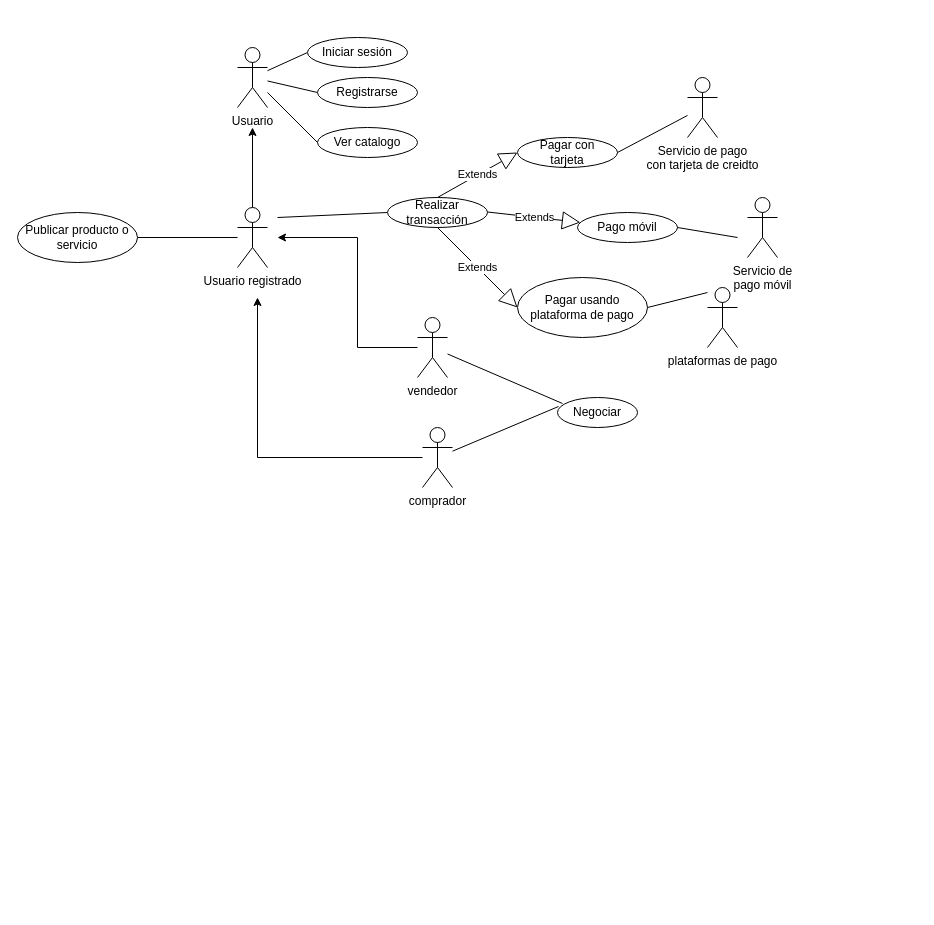
This is Untitled Diagram.drawio from AyobAsroutVargas/lab1, a draw.io file, before an edit. Source tidied: cells renumbered, new cells numbered last; positions are measured from the earlier drawing's top-left corner, leaving out a move shared by most shapes. Both pictures are drawn from the tidied source at 100%, with x=0, y=0 at pixel (17, 37).
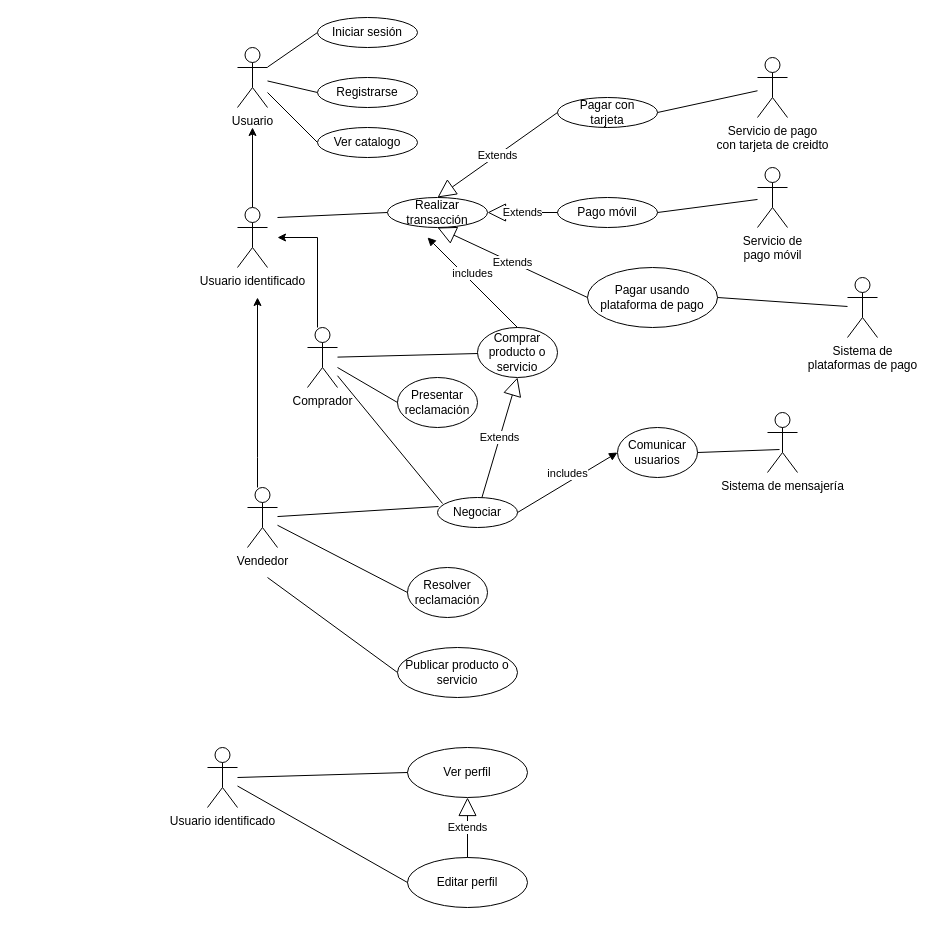
The same page after the edit.

The change refers to these unchanged cells:
```xml
<mxCell id="17" value="Realizar transacción" style="ellipse;whiteSpace=wrap;html=1;" parent="1" vertex="1">
  <mxGeometry x="370" y="160" width="100" height="30" as="geometry" />
</mxCell>
```

Change to the diagram source:
```diff
@@
     <mxCell id="4" value="Iniciar sesión" style="ellipse;whiteSpace=wrap;html=1;" parent="1" vertex="1">
-      <mxGeometry x="290" width="100" height="30" as="geometry" />
+      <mxGeometry x="300" y="-20" width="100" height="30" as="geometry" />
     </mxCell>
@@
-    <mxCell id="8" value="Usuario registrado" style="shape=umlActor;verticalLabelPosition=bottom;verticalAlign=top;html=1;" parent="1" vertex="1">
+    <mxCell id="8" value="Usuario identificado" style="shape=umlActor;verticalLabelPosition=bottom;verticalAlign=top;html=1;" parent="1" vertex="1">
       <mxGeometry x="220" y="170" width="30" height="60" as="geometry" />
     </mxCell>
@@
-    <mxCell id="12" value="comprador" style="shape=umlActor;verticalLabelPosition=bottom;verticalAlign=top;html=1;" parent="1" vertex="1">
-      <mxGeometry x="405" y="390" width="30" height="60" as="geometry" />
+    <mxCell id="12" value="Vendedor" style="shape=umlActor;verticalLabelPosition=bottom;verticalAlign=top;html=1;" parent="1" vertex="1">
+      <mxGeometry x="230" y="450" width="30" height="60" as="geometry" />
     </mxCell>
     <mxCell id="13" style="edgeStyle=orthogonalEdgeStyle;rounded=0;jettySize=auto;html=1;" parent="1" edge="1" source="14">
       <mxGeometry relative="1" as="geometry">
         <mxPoint x="260" y="200" as="targetPoint" />
         <Array as="points">
-          <mxPoint x="340" y="200" />
+          <mxPoint x="300" y="320" />
+          <mxPoint x="300" y="200" />
         </Array>
       </mxGeometry>
     </mxCell>
-    <mxCell id="14" value="vendedor" style="shape=umlActor;verticalLabelPosition=bottom;verticalAlign=top;html=1;" parent="1" vertex="1">
-      <mxGeometry x="400" y="280" width="30" height="60" as="geometry" />
+    <mxCell id="14" value="Comprador" style="shape=umlActor;verticalLabelPosition=bottom;verticalAlign=top;html=1;" parent="1" vertex="1">
+      <mxGeometry x="290" y="290" width="30" height="60" as="geometry" />
     </mxCell>
     <mxCell id="15" value="Negociar" style="ellipse;whiteSpace=wrap;html=1;" parent="1" vertex="1">
-      <mxGeometry x="540" y="360" width="80" height="30" as="geometry" />
+      <mxGeometry x="420" y="460" width="80" height="30" as="geometry" />
     </mxCell>
@@
     <mxCell id="18" value="Pagar con&lt;br&gt;tarjeta" style="ellipse;whiteSpace=wrap;html=1;" parent="1" vertex="1">
-      <mxGeometry x="500" y="100" width="100" height="30" as="geometry" />
+      <mxGeometry x="540" y="60" width="100" height="30" as="geometry" />
     </mxCell>
     <mxCell id="19" value="Pago móvil" style="ellipse;whiteSpace=wrap;html=1;" parent="1" vertex="1">
-      <mxGeometry x="560" y="175" width="100" height="30" as="geometry" />
+      <mxGeometry x="540" y="160" width="100" height="30" as="geometry" />
     </mxCell>
     <mxCell id="20" value="Pagar usando plataforma de pago" style="ellipse;whiteSpace=wrap;html=1;" parent="1" vertex="1">
-      <mxGeometry x="500" y="240" width="130" height="60" as="geometry" />
+      <mxGeometry x="570" y="230" width="130" height="60" as="geometry" />
     </mxCell>
-    <mxCell id="21" style="endArrow=none;html=1;exitX=1;exitY=0.5;exitDx=0;exitDy=0;" parent="1" edge="1" source="20">
-      <mxGeometry relative="1" as="geometry">
-        <mxPoint x="690" y="255" as="targetPoint" />
-      </mxGeometry>
+    <mxCell id="21" style="endArrow=none;html=1;exitX=1;exitY=0.5;exitDx=0;exitDy=0;" parent="1" edge="1" source="20" target="24">
+      <mxGeometry relative="1" as="geometry" />
     </mxCell>
-    <mxCell id="22" style="endArrow=none;html=1;exitX=1;exitY=0.5;exitDx=0;exitDy=0;" parent="1" edge="1" source="19">
-      <mxGeometry relative="1" as="geometry">
-        <mxPoint x="720" y="200" as="targetPoint" />
-      </mxGeometry>
+    <mxCell id="22" style="endArrow=none;html=1;exitX=1;exitY=0.5;exitDx=0;exitDy=0;" parent="1" edge="1" source="19" target="25">
+      <mxGeometry relative="1" as="geometry" />
     </mxCell>
@@
-    <mxCell id="24" value="plataformas de pago" style="shape=umlActor;verticalLabelPosition=bottom;verticalAlign=top;html=1;" parent="1" vertex="1">
-      <mxGeometry x="690" y="250" width="30" height="60" as="geometry" />
+    <mxCell id="24" value="Sistema de &lt;br&gt;plataformas de pago" style="shape=umlActor;verticalLabelPosition=bottom;verticalAlign=top;html=1;" parent="1" vertex="1">
+      <mxGeometry x="830" y="240" width="30" height="60" as="geometry" />
     </mxCell>
     <mxCell id="25" value="Servicio de&lt;br&gt;pago móvil" style="shape=umlActor;verticalLabelPosition=bottom;verticalAlign=top;html=1;" parent="1" vertex="1">
-      <mxGeometry x="730" y="160" width="30" height="60" as="geometry" />
+      <mxGeometry x="740" y="130" width="30" height="60" as="geometry" />
     </mxCell>
     <mxCell id="26" value="Servicio de pago&lt;br&gt;con tarjeta de creidto" style="shape=umlActor;verticalLabelPosition=bottom;verticalAlign=top;html=1;" parent="1" vertex="1">
-      <mxGeometry x="670" y="40" width="30" height="60" as="geometry" />
+      <mxGeometry x="740" y="20" width="30" height="60" as="geometry" />
     </mxCell>
-    <mxCell id="27" value="Extends" style="endArrow=block;endSize=16;endFill=0;html=1;exitX=0.5;exitY=0;exitDx=0;exitDy=0;entryX=0;entryY=0.5;entryDx=0;entryDy=0;" parent="1" edge="1" source="17" target="18">
+    <mxCell id="27" value="Extends" style="endArrow=block;endSize=16;endFill=0;html=1;exitX=0;exitY=0.5;exitDx=0;exitDy=0;entryX=0.5;entryY=0;entryDx=0;entryDy=0;" parent="1" edge="1" source="18" target="17">
       <mxGeometry relative="1" as="geometry" />
     </mxCell>
-    <mxCell id="28" value="Extends" style="endArrow=block;endSize=16;endFill=0;html=1;" parent="1" edge="1" target="19">
-      <mxGeometry relative="1" as="geometry">
-        <mxPoint x="470" y="174.5" as="sourcePoint" />
-      </mxGeometry>
+    <mxCell id="28" value="Extends" style="endArrow=block;endSize=16;endFill=0;html=1;entryX=1;entryY=0.5;entryDx=0;entryDy=0;exitX=0;exitY=0.5;exitDx=0;exitDy=0;" parent="1" edge="1" source="19" target="17">
+      <mxGeometry relative="1" as="geometry" />
     </mxCell>
-    <mxCell id="29" value="Extends" style="endArrow=block;endSize=16;endFill=0;html=1;exitX=0.5;exitY=1;exitDx=0;exitDy=0;entryX=0;entryY=0.5;entryDx=0;entryDy=0;" parent="1" edge="1" source="17" target="20">
+    <mxCell id="29" value="Extends" style="endArrow=block;endSize=16;endFill=0;html=1;entryX=0.5;entryY=1;entryDx=0;entryDy=0;exitX=0;exitY=0.5;exitDx=0;exitDy=0;" parent="1" edge="1" source="20" target="17">
       <mxGeometry relative="1" as="geometry" />
     </mxCell>
@@
-    <mxCell id="32" style="endArrow=none;html=1;exitX=1;exitY=0.5;exitDx=0;exitDy=0;" parent="1" edge="1" source="33" target="8">
-      <mxGeometry relative="1" as="geometry" />
+    <mxCell id="32" style="endArrow=none;html=1;exitX=0;exitY=0.5;exitDx=0;exitDy=0;" parent="1" edge="1" source="33">
+      <mxGeometry relative="1" as="geometry">
+        <mxPoint x="250" y="540" as="targetPoint" />
+      </mxGeometry>
     </mxCell>
     <mxCell id="33" value="Publicar producto o servicio" style="ellipse;whiteSpace=wrap;html=1;" parent="1" vertex="1">
-      <mxGeometry y="175" width="120" height="50" as="geometry" />
+      <mxGeometry x="380" y="610" width="120" height="50" as="geometry" />
     </mxCell>
+    <mxCell id="34" value="Ver perfil" style="ellipse;whiteSpace=wrap;html=1;" parent="1" vertex="1">
+      <mxGeometry x="390" y="710" width="120" height="50" as="geometry" />
+    </mxCell>
+    <mxCell id="35" value="Editar perfil" style="ellipse;whiteSpace=wrap;html=1;" parent="1" vertex="1">
+      <mxGeometry x="390" y="820" width="120" height="50" as="geometry" />
+    </mxCell>
+    <mxCell id="36" style="endArrow=none;html=1;exitX=0;exitY=0.5;exitDx=0;exitDy=0;" parent="1" edge="1" source="35" target="47">
+      <mxGeometry relative="1" as="geometry" />
+    </mxCell>
+    <mxCell id="37" style="endArrow=none;html=1;exitX=0;exitY=0.5;exitDx=0;exitDy=0;" parent="1" edge="1" source="34">
+      <mxGeometry relative="1" as="geometry">
+        <mxPoint x="220" y="740" as="targetPoint" />
+      </mxGeometry>
+    </mxCell>
+    <mxCell id="38" value="Extends" style="endArrow=block;endSize=16;endFill=0;html=1;entryX=0.5;entryY=1;entryDx=0;entryDy=0;exitX=0.5;exitY=0;exitDx=0;exitDy=0;" parent="1" edge="1" source="35" target="34">
+      <mxGeometry relative="1" as="geometry" />
+    </mxCell>
+    <mxCell id="39" value="Comunicar usuarios" style="ellipse;whiteSpace=wrap;html=1;" parent="1" vertex="1">
+      <mxGeometry x="600" y="390" width="80" height="50" as="geometry" />
+    </mxCell>
+    <mxCell id="40" value="includes" style="html=1;verticalAlign=bottom;endArrow=block;exitX=1;exitY=0.5;exitDx=0;exitDy=0;entryX=0;entryY=0.5;entryDx=0;entryDy=0;" parent="1" edge="1" source="15" target="39">
+      <mxGeometry relative="1" as="geometry" />
+    </mxCell>
+    <mxCell id="41" value="Sistema de mensajería" style="shape=umlActor;verticalLabelPosition=bottom;verticalAlign=top;html=1;" parent="1" vertex="1">
+      <mxGeometry x="750" y="375" width="30" height="60" as="geometry" />
+    </mxCell>
+    <mxCell id="42" style="endArrow=none;html=1;exitX=1;exitY=0.5;exitDx=0;exitDy=0;entryX=0.4;entryY=0.617;entryDx=0;entryDy=0;entryPerimeter=0;" parent="1" edge="1" source="39" target="41">
+      <mxGeometry relative="1" as="geometry" />
+    </mxCell>
+    <mxCell id="43" value="Resolver&lt;br&gt;reclamación" style="ellipse;whiteSpace=wrap;html=1;" parent="1" vertex="1">
+      <mxGeometry x="390" y="530" width="80" height="50" as="geometry" />
+    </mxCell>
+    <mxCell id="44" value="Presentar&lt;br&gt;reclamación" style="ellipse;whiteSpace=wrap;html=1;" parent="1" vertex="1">
+      <mxGeometry x="380" y="340" width="80" height="50" as="geometry" />
+    </mxCell>
+    <mxCell id="45" style="endArrow=none;html=1;entryX=0;entryY=0.5;entryDx=0;entryDy=0;" parent="1" edge="1" target="44">
+      <mxGeometry relative="1" as="geometry">
+        <mxPoint x="320" y="330" as="sourcePoint" />
+      </mxGeometry>
+    </mxCell>
+    <mxCell id="46" style="endArrow=none;html=1;entryX=0;entryY=0.5;entryDx=0;entryDy=0;" parent="1" edge="1" source="12" target="43">
+      <mxGeometry relative="1" as="geometry" />
+    </mxCell>
+    <mxCell id="47" value="Usuario identificado" style="shape=umlActor;verticalLabelPosition=bottom;verticalAlign=top;html=1;" parent="1" vertex="1">
+      <mxGeometry x="190" y="710" width="30" height="60" as="geometry" />
+    </mxCell>
+    <mxCell id="48" value="Comprar producto o servicio" style="ellipse;whiteSpace=wrap;html=1;" parent="1" vertex="1">
+      <mxGeometry x="460" y="290" width="80" height="50" as="geometry" />
+    </mxCell>
+    <mxCell id="49" style="endArrow=none;html=1;" parent="1" edge="1" source="14" target="48">
+      <mxGeometry relative="1" as="geometry" />
+    </mxCell>
+    <mxCell id="50" value="Extends" style="endArrow=block;endSize=16;endFill=0;html=1;entryX=0.5;entryY=1;entryDx=0;entryDy=0;" parent="1" edge="1" source="15" target="48">
+      <mxGeometry relative="1" as="geometry" />
+    </mxCell>
+    <mxCell id="51" value="includes" style="html=1;verticalAlign=bottom;endArrow=block;exitX=0.5;exitY=0;exitDx=0;exitDy=0;" parent="1" edge="1" source="48">
+      <mxGeometry relative="1" as="geometry">
+        <mxPoint x="410" y="200" as="targetPoint" />
+      </mxGeometry>
+    </mxCell>
```
